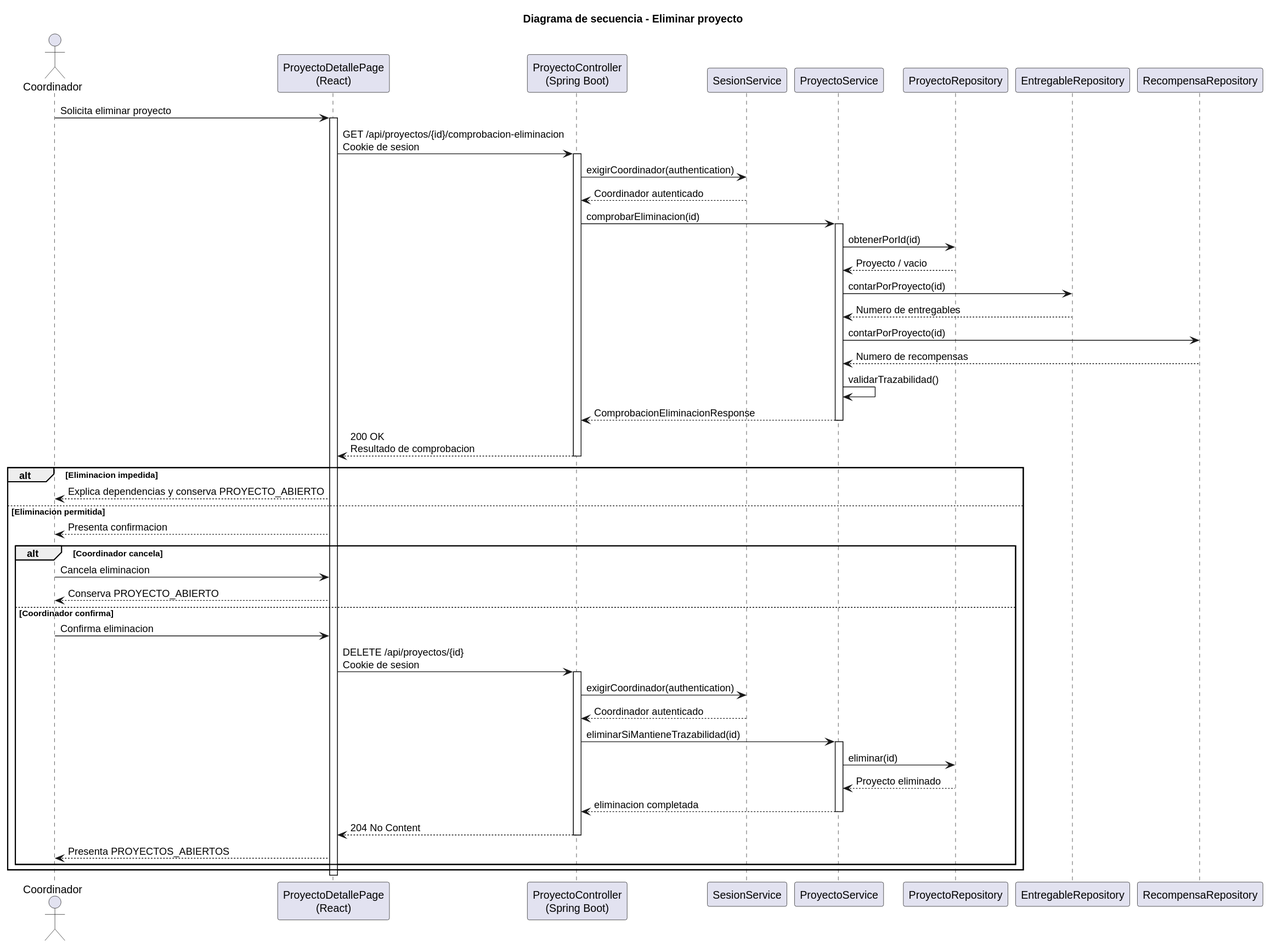
Above: images/RUP/02-diseño/casos-uso/coordinador/eliminarProyecto/secuencia.svg in beatriizorozco/25-26-idsw2-sdVC (PlantUML), before the change.
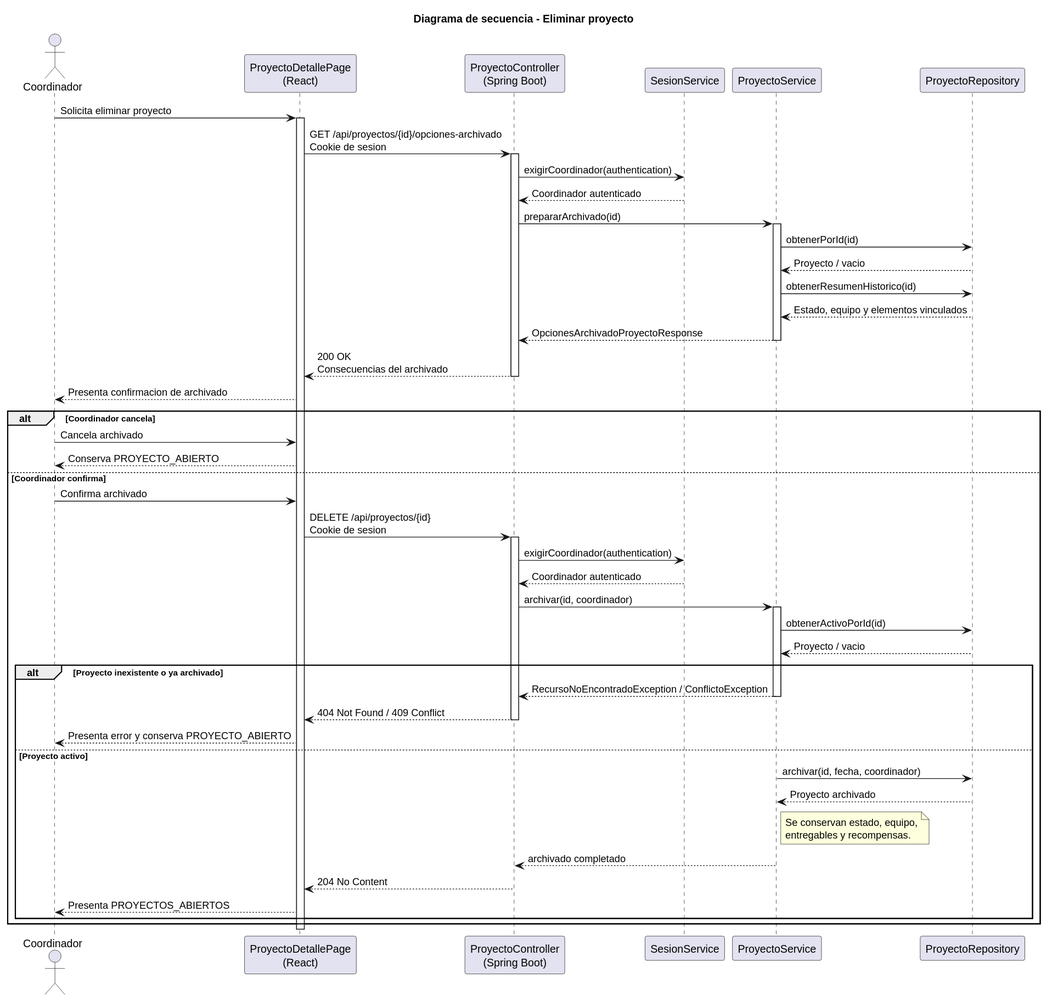
The same diagram one commit later.

Diff of the diagram source:
```diff
@@ -7,46 +7,51 @@
 participant "SesionService" as Sesion
 participant "ProyectoService" as Service
 participant "ProyectoRepository" as Repo
-participant "EntregableRepository" as EntregableRepo
-participant "RecompensaRepository" as RecompensaRepo
 
 Coordinador -> Frontend: Solicita eliminar proyecto
 activate Frontend
-Frontend -> Api: GET /api/proyectos/{id}/comprobacion-eliminacion\nCookie de sesion
+Frontend -> Api: GET /api/proyectos/{id}/opciones-archivado\nCookie de sesion
 activate Api
 Api -> Sesion: exigirCoordinador(authentication)
 Sesion --> Api: Coordinador autenticado
-Api -> Service: comprobarEliminacion(id)
+Api -> Service: prepararArchivado(id)
 activate Service
 Service -> Repo: obtenerPorId(id)
 Repo --> Service: Proyecto / vacio
-Service -> EntregableRepo: contarPorProyecto(id)
-EntregableRepo --> Service: Numero de entregables
-Service -> RecompensaRepo: contarPorProyecto(id)
-RecompensaRepo --> Service: Numero de recompensas
-Service -> Service: validarTrazabilidad()
-Service --> Api: ComprobacionEliminacionResponse
+Service -> Repo: obtenerResumenHistorico(id)
+Repo --> Service: Estado, equipo y elementos vinculados
+Service --> Api: OpcionesArchivadoProyectoResponse
 deactivate Service
-Api --> Frontend: 200 OK\nResultado de comprobacion
+Api --> Frontend: 200 OK\nConsecuencias del archivado
 deactivate Api
-alt Eliminacion impedida
-    Frontend --> Coordinador: Explica dependencias y conserva PROYECTO_ABIERTO
-else Eliminacion permitida
-    Frontend --> Coordinador: Presenta confirmacion
-    alt Coordinador cancela
-        Coordinador -> Frontend: Cancela eliminacion
-        Frontend --> Coordinador: Conserva PROYECTO_ABIERTO
-    else Coordinador confirma
-        Coordinador -> Frontend: Confirma eliminacion
-        Frontend -> Api: DELETE /api/proyectos/{id}\nCookie de sesion
-        activate Api
-        Api -> Sesion: exigirCoordinador(authentication)
-        Sesion --> Api: Coordinador autenticado
-        Api -> Service: eliminarSiMantieneTrazabilidad(id)
-        activate Service
-        Service -> Repo: eliminar(id)
-        Repo --> Service: Proyecto eliminado
-        Service --> Api: eliminacion completada
+Frontend --> Coordinador: Presenta confirmacion de archivado
+alt Coordinador cancela
+    Coordinador -> Frontend: Cancela archivado
+    Frontend --> Coordinador: Conserva PROYECTO_ABIERTO
+else Coordinador confirma
+    Coordinador -> Frontend: Confirma archivado
+    Frontend -> Api: DELETE /api/proyectos/{id}\nCookie de sesion
+    activate Api
+    Api -> Sesion: exigirCoordinador(authentication)
+    Sesion --> Api: Coordinador autenticado
+    Api -> Service: archivar(id, coordinador)
+    activate Service
+    Service -> Repo: obtenerActivoPorId(id)
+    Repo --> Service: Proyecto / vacio
+    alt Proyecto inexistente o ya archivado
+        Service --> Api: RecursoNoEncontradoException / ConflictoException
+        deactivate Service
+        Api --> Frontend: 404 Not Found / 409 Conflict
+        deactivate Api
+        Frontend --> Coordinador: Presenta error y conserva PROYECTO_ABIERTO
+    else Proyecto activo
+        Service -> Repo: archivar(id, fecha, coordinador)
+        Repo --> Service: Proyecto archivado
+        note right of Service
+        Se conservan estado, equipo,
+        entregables y recompensas.
+        end note
+        Service --> Api: archivado completado
         deactivate Service
         Api --> Frontend: 204 No Content
         deactivate Api
```
